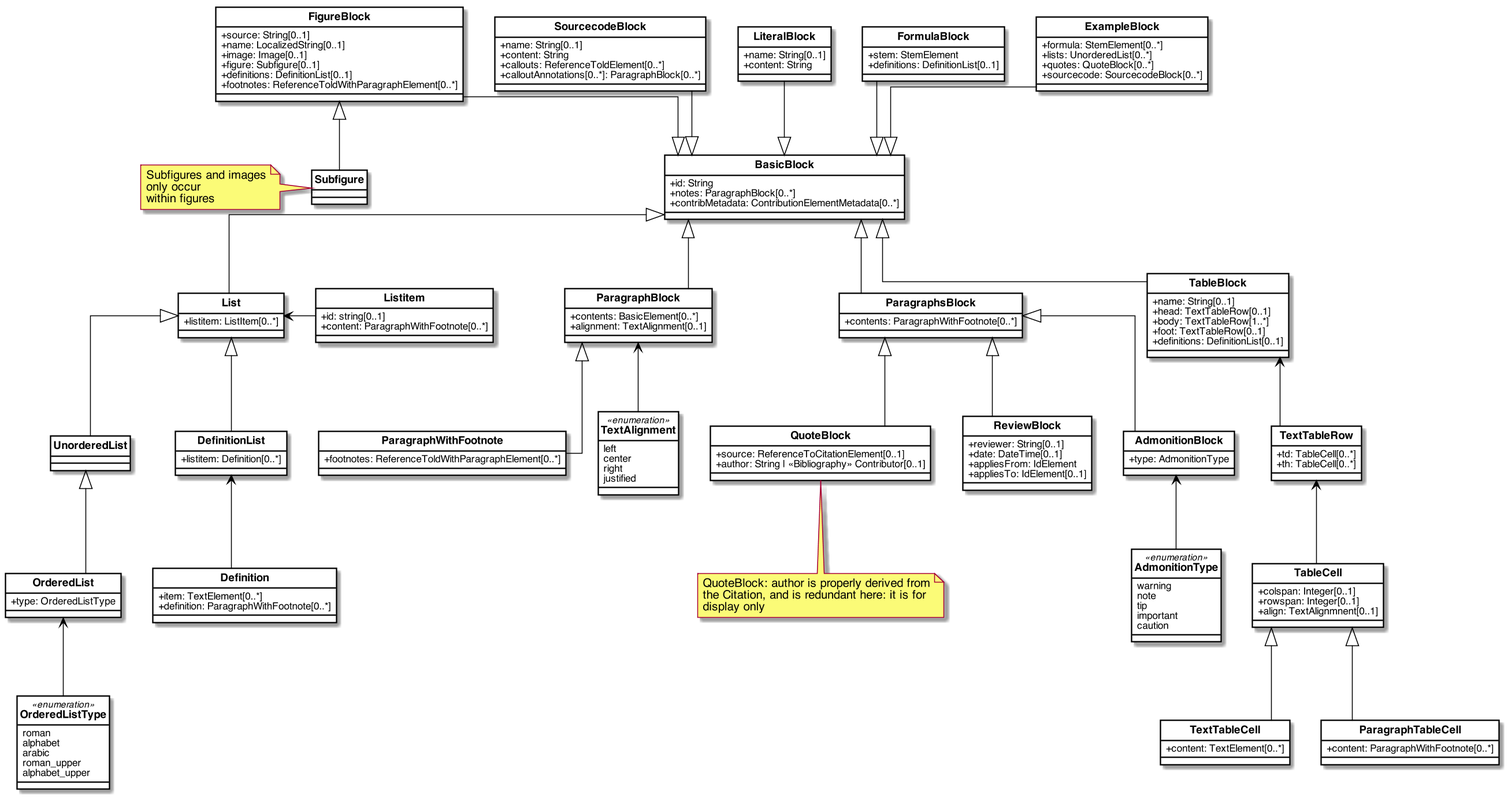
The PlantUML diagram images/Blocks.png in metanorma/basicdoc-models, before a commit.
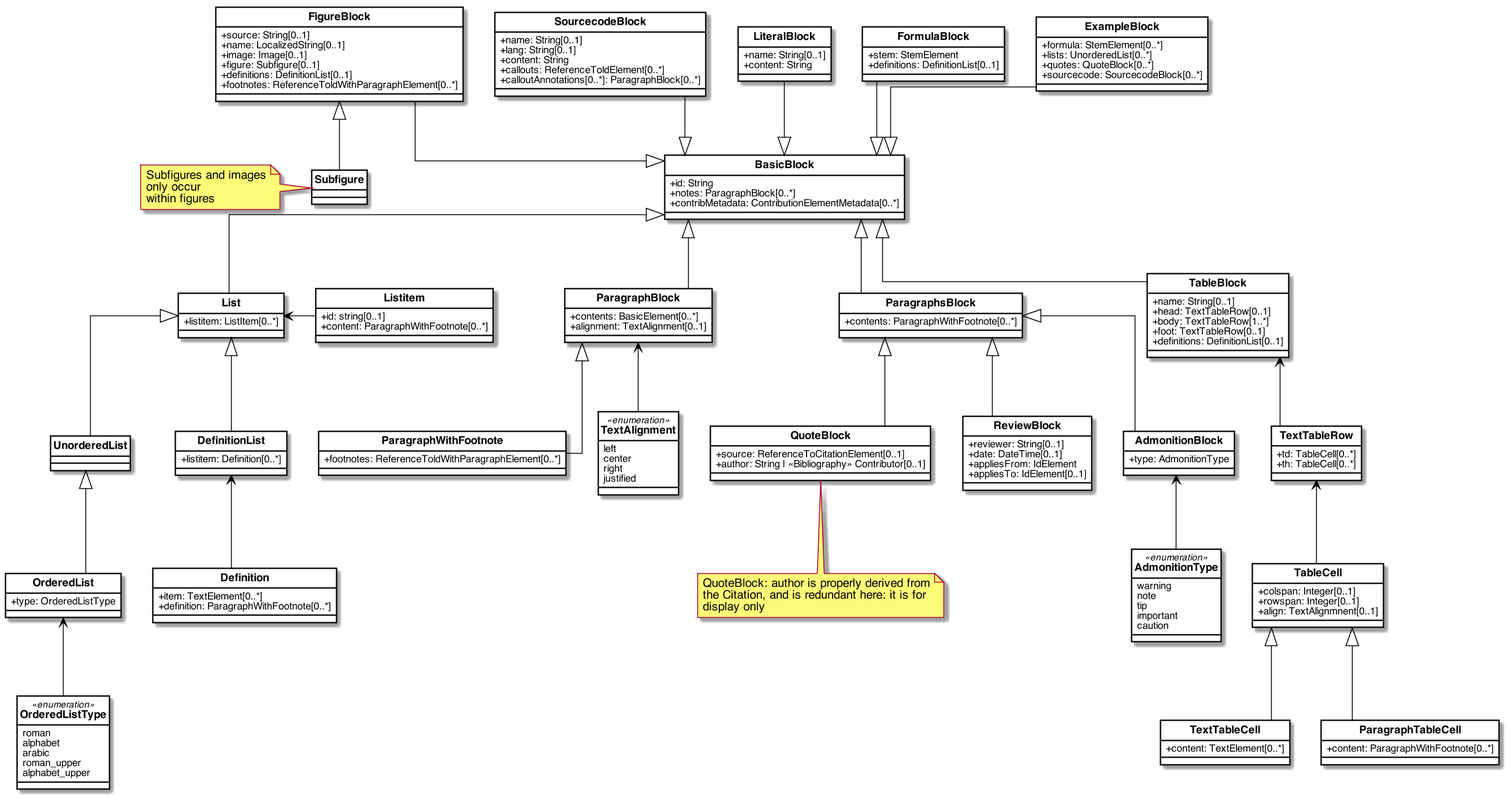
After the commit.

Commit message:
sourcecode/lang

Diff of the diagram source:
```diff
@@ -62,6 +62,7 @@
 
 class SourcecodeBlock{
     +name: String[0..1]
+    +lang: String[0..1]
     +content: String
     +callouts: ReferenceToldElement[0..*]
     +calloutAnnotations[0..*]: ParagraphBlock[0..*]
```
